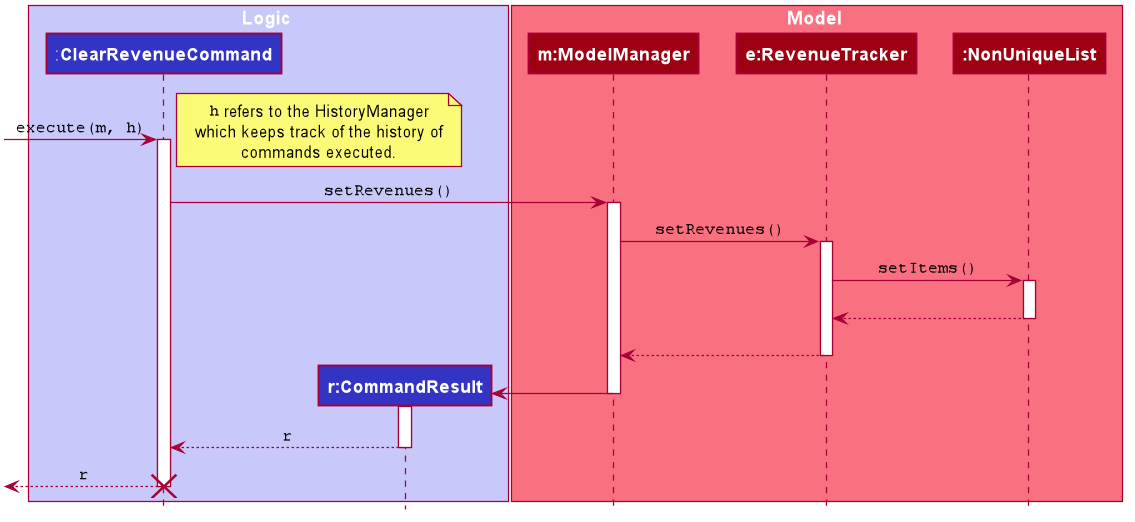
Before: docs/images/revenue/ClearRevenueSD.png, a diagram exported from PlantUML (yanlynnnnn/tp). The source it was exported from:
```plantuml
@startuml








skinparam BackgroundColor #FFFFFFF

skinparam Shadowing false

skinparam Class {
    FontColor #FFFFFF
    BorderThickness 1
    BorderColor #FFFFFF
    StereotypeFontColor #FFFFFF
    FontName Arial
    AttributeFontColor #FFFFFF
    AttributeIconSize 0
}

skinparam Actor {
    BorderColor #000000
    Color #000000
    FontName Arial
}

skinparam Sequence {
    MessageAlign center
    BoxFontSize 15
    BoxPadding 0
    BoxFontColor #FFFFFF
    FontName Arial
}

skinparam Participant {
    FontColor #FFFFFFF
    Padding 20
}

skinparam MinClassWidth 50
skinparam ParticipantPadding 10
skinparam Shadowing false
skinparam DefaultTextAlignment center
skinparam packageStyle Rectangle

hide footbox
hide circle
hide members

box Logic #C8C8FA
participant ":**ClearRevenueCommand**" as ClearRevenueCommand #3333C4
participant "**r:CommandResult**" as CommandResult #3333C4
end box

box Model #F97181
participant "**m:ModelManager**" as ModelManager #9D0012
participant "**e:RevenueTracker**" as RevenueTracker #9D0012
participant "**:NonUniqueList**" as NonUniqueList #9D0012
end box

[-> ClearRevenueCommand : ""execute(m, h)""
activate ClearRevenueCommand

note right
""h"" refers to the HistoryManager
which keeps track of the history of
commands executed.
end note

ClearRevenueCommand -> ModelManager : ""setRevenues()""
activate ModelManager

ModelManager -> RevenueTracker: ""setRevenues()""
activate RevenueTracker
RevenueTracker -> NonUniqueList: ""setItems()""
activate NonUniqueList
RevenueTracker <-- NonUniqueList: """"
deactivate NonUniqueList
ModelManager <-- RevenueTracker: """"
deactivate RevenueTracker

create CommandResult
ModelManager -> CommandResult: """"
deactivate ModelManager
activate CommandResult
ClearRevenueCommand <-- CommandResult: ""r""
deactivate CommandResult

[<-- ClearRevenueCommand: ""r""
destroy ClearRevenueCommand



@enduml
```
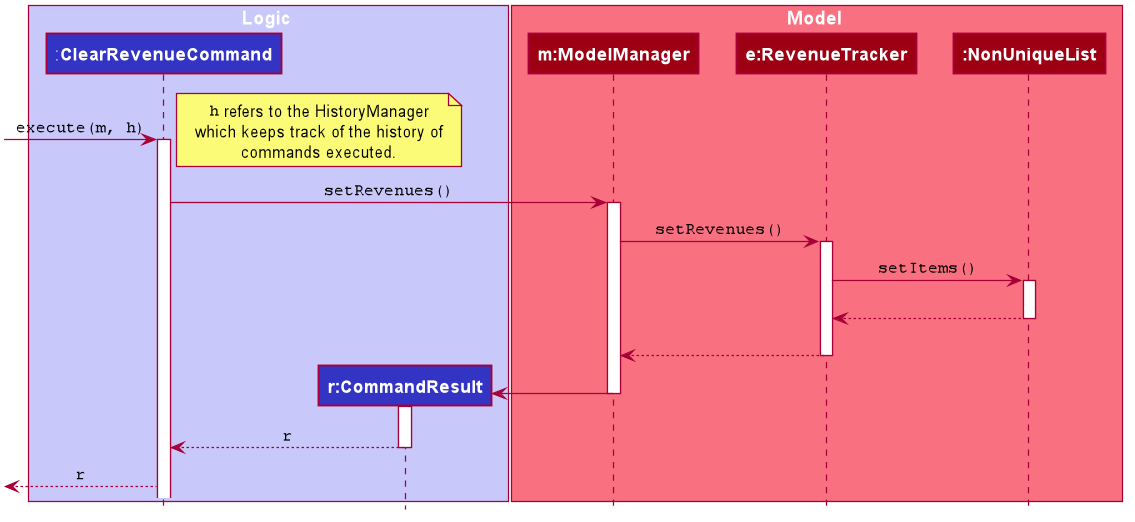
After the commit.

What changed in the source:
```diff
@@ -90,8 +90,5 @@
 deactivate CommandResult
 
 [<-- ClearRevenueCommand: ""r""
-destroy ClearRevenueCommand
-
-
 
 @enduml
```
